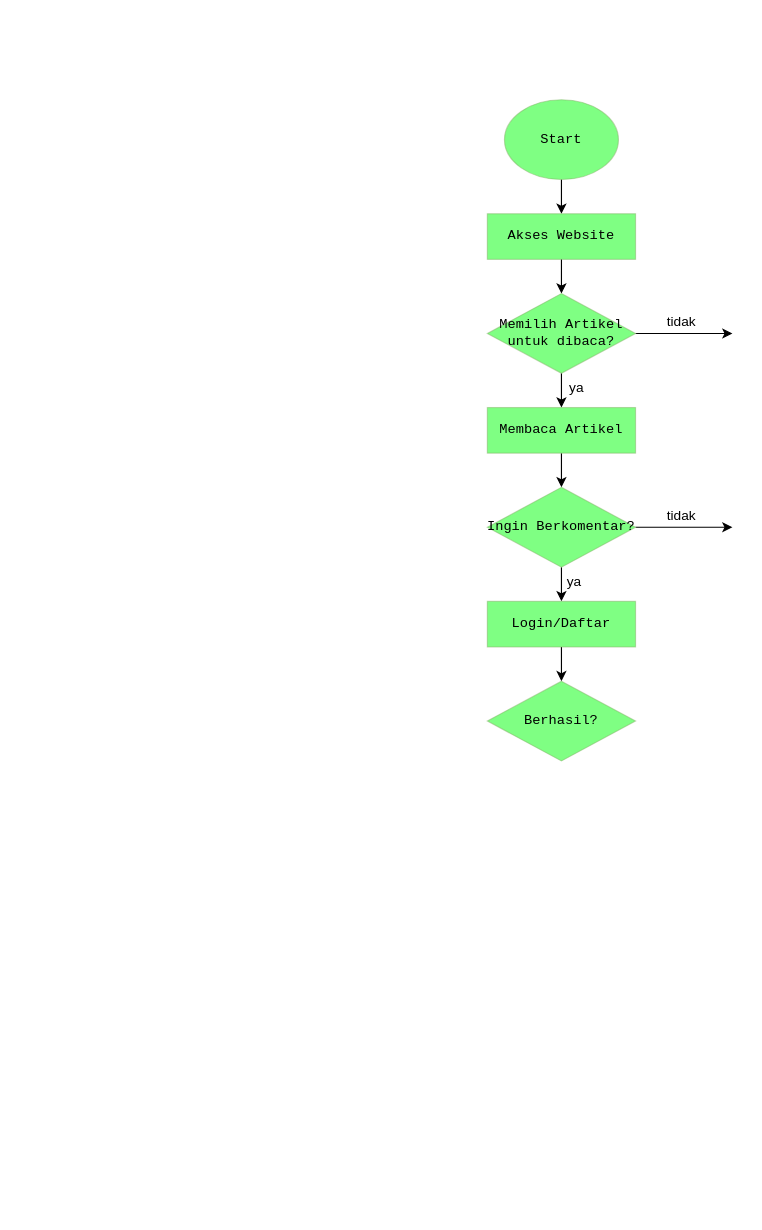
Above: Flowchart 3 Role.drawio in EnjoyUrLife69/ARTICLE (draw.io), before the change. Source tidied: cells renumbered, new cells numbered last; positions are measured from the earlier drawing's top-left corner, leaving out a move shared by most shapes. Both pictures are drawn from the tidied source at 114%, with x=0, y=0 at pixel (487, 99).
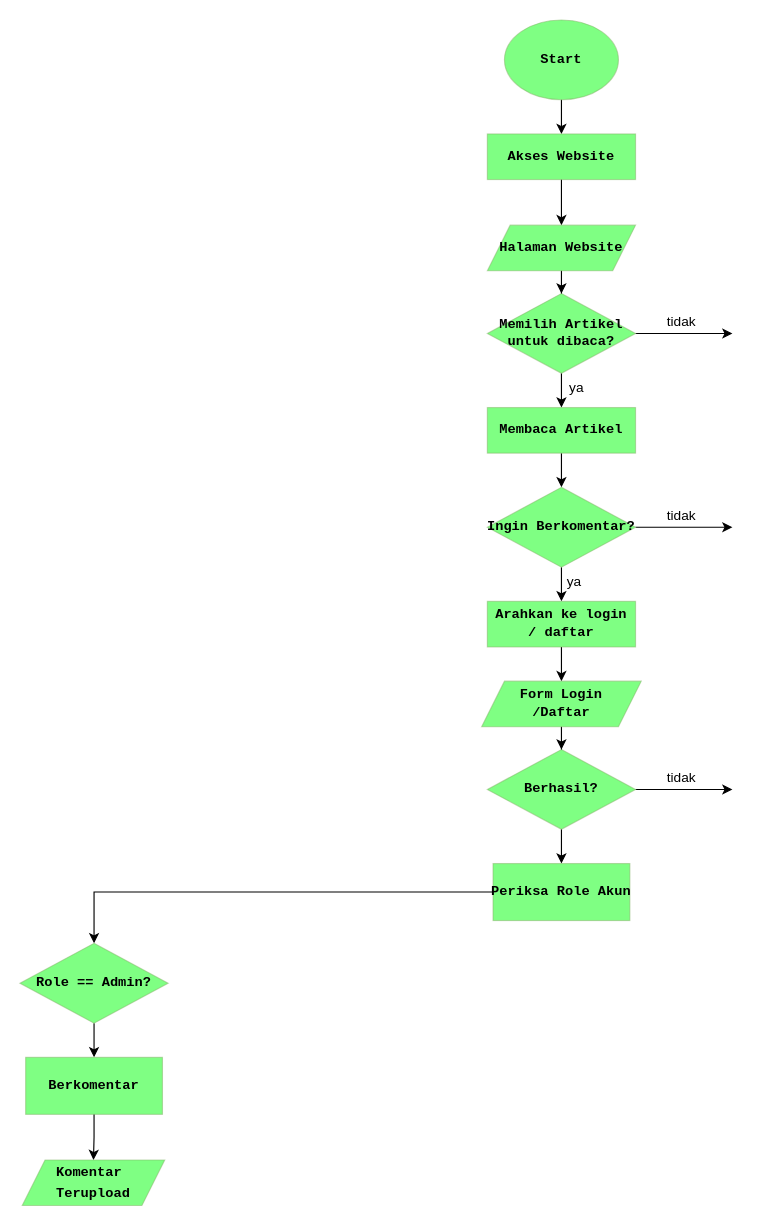
The same diagram, later.

Change to the diagram source:
```diff
@@
-    <mxCell id="3" value="&lt;pre&gt;Start&lt;/pre&gt;" style="ellipse;whiteSpace=wrap;html=1;strokeWidth=1;opacity=50;strokeColor=#82b366;fillColor=#00FF09;" parent="1" vertex="1">
-      <mxGeometry x="15" width="100" height="70" as="geometry" />
+    <mxCell id="3" value="&lt;pre&gt;&lt;b&gt;Start&lt;/b&gt;&lt;/pre&gt;" style="ellipse;whiteSpace=wrap;html=1;strokeWidth=1;opacity=50;strokeColor=#82b366;fillColor=#00FF09;" parent="1" vertex="1">
+      <mxGeometry x="15" y="-70" width="100" height="70" as="geometry" />
     </mxCell>
-    <mxCell id="4" style="edgeStyle=orthogonalEdgeStyle;rounded=0;jettySize=auto;html=1;" parent="1" edge="1" source="5" target="8">
-      <mxGeometry relative="1" as="geometry" />
-    </mxCell>
+    <mxCell id="21" style="edgeStyle=orthogonalEdgeStyle;rounded=0;jettySize=auto;html=1;" parent="1" edge="1" source="5" target="33">
+      <mxGeometry relative="1" as="geometry" />
+    </mxCell>
-    <mxCell id="5" value="&lt;pre&gt;Akses Website&lt;/pre&gt;" style="whiteSpace=wrap;html=1;strokeWidth=1;opacity=50;strokeColor=#82b366;fillColor=#00FF09;" parent="1" vertex="1">
-      <mxGeometry y="100" width="130" height="40" as="geometry" />
+    <mxCell id="5" value="&lt;pre&gt;&lt;b&gt;Akses Website&lt;/b&gt;&lt;/pre&gt;" style="whiteSpace=wrap;html=1;strokeWidth=1;opacity=50;strokeColor=#82b366;fillColor=#00FF09;" parent="1" vertex="1">
+      <mxGeometry y="30" width="130" height="40" as="geometry" />
     </mxCell>
@@
-    <mxCell id="8" value="&lt;pre&gt;Memilih Artikel&lt;br&gt;untuk dibaca?&lt;/pre&gt;" style="rhombus;whiteSpace=wrap;html=1;strokeWidth=1;opacity=50;strokeColor=#82b366;fillColor=#00FF09;" parent="1" vertex="1">
+    <mxCell id="8" value="&lt;pre&gt;&lt;b&gt;Memilih Artikel&lt;br&gt;untuk dibaca?&lt;/b&gt;&lt;/pre&gt;" style="rhombus;whiteSpace=wrap;html=1;strokeWidth=1;opacity=50;strokeColor=#82b366;fillColor=#00FF09;" parent="1" vertex="1">
       <mxGeometry y="170" width="130" height="70" as="geometry" />
     </mxCell>
@@
-    <mxCell id="10" value="&lt;pre&gt;Membaca Artikel&lt;/pre&gt;" style="whiteSpace=wrap;html=1;strokeWidth=1;opacity=50;strokeColor=#82b366;fillColor=#00FF09;" parent="1" vertex="1">
+    <mxCell id="10" value="&lt;pre&gt;&lt;b&gt;Membaca Artikel&lt;/b&gt;&lt;/pre&gt;" style="whiteSpace=wrap;html=1;strokeWidth=1;opacity=50;strokeColor=#82b366;fillColor=#00FF09;" parent="1" vertex="1">
       <mxGeometry y="270" width="130" height="40" as="geometry" />
     </mxCell>
@@
-    <mxCell id="15" value="&lt;pre&gt;Ingin Berkomentar?&lt;br&gt;&lt;/pre&gt;" style="rhombus;whiteSpace=wrap;html=1;strokeWidth=1;opacity=50;strokeColor=#82b366;fillColor=#00FF09;" parent="1" vertex="1">
+    <mxCell id="15" value="&lt;pre&gt;&lt;b&gt;Ingin Berkomentar?&lt;/b&gt;&lt;br&gt;&lt;/pre&gt;" style="rhombus;whiteSpace=wrap;html=1;strokeWidth=1;opacity=50;strokeColor=#82b366;fillColor=#00FF09;" parent="1" vertex="1">
       <mxGeometry y="340" width="130" height="70" as="geometry" />
     </mxCell>
@@
-    <mxCell id="18" style="edgeStyle=orthogonalEdgeStyle;rounded=0;jettySize=auto;html=1;" parent="1" edge="1" source="19" target="20">
-      <mxGeometry relative="1" as="geometry" />
-    </mxCell>
+    <mxCell id="22" style="edgeStyle=orthogonalEdgeStyle;rounded=0;jettySize=auto;html=1;" parent="1" edge="1" source="19" target="31">
+      <mxGeometry relative="1" as="geometry" />
+    </mxCell>
-    <mxCell id="19" value="&lt;pre&gt;Login/Daftar&lt;/pre&gt;" style="whiteSpace=wrap;html=1;strokeWidth=1;opacity=50;strokeColor=#82b366;fillColor=#00FF09;" parent="1" vertex="1">
+    <mxCell id="19" value="&lt;pre style=&quot;line-height: 30%;&quot;&gt;&lt;b&gt;Arahkan ke login&lt;/b&gt;&lt;/pre&gt;&lt;pre style=&quot;line-height: 30%;&quot;&gt;&lt;b&gt;/ daftar&lt;/b&gt;&lt;/pre&gt;" style="whiteSpace=wrap;html=1;strokeWidth=1;opacity=50;strokeColor=#82b366;fillColor=#00FF09;" parent="1" vertex="1">
       <mxGeometry y="440" width="130" height="40" as="geometry" />
     </mxCell>
+    <mxCell id="23" style="edgeStyle=orthogonalEdgeStyle;rounded=0;jettySize=auto;html=1;" parent="1" edge="1" source="20" target="26">
+      <mxGeometry relative="1" as="geometry" />
+    </mxCell>
+    <mxCell id="24" style="edgeStyle=orthogonalEdgeStyle;rounded=0;jettySize=auto;html=1;" parent="1" edge="1" source="20">
+      <mxGeometry relative="1" as="geometry">
+        <mxPoint x="215" y="605" as="targetPoint" />
+      </mxGeometry>
+    </mxCell>
-    <mxCell id="20" value="&lt;pre&gt;Berhasil?&lt;br&gt;&lt;/pre&gt;" style="rhombus;whiteSpace=wrap;html=1;strokeWidth=1;opacity=50;strokeColor=#82b366;fillColor=#00FF09;" parent="1" vertex="1">
-      <mxGeometry y="510" width="130" height="70" as="geometry" />
+    <mxCell id="20" value="&lt;pre&gt;&lt;b&gt;Berhasil?&lt;/b&gt;&lt;br&gt;&lt;/pre&gt;" style="rhombus;whiteSpace=wrap;html=1;strokeWidth=1;opacity=50;strokeColor=#82b366;fillColor=#00FF09;" parent="1" vertex="1">
+      <mxGeometry y="570" width="130" height="70" as="geometry" />
     </mxCell>
+    <mxCell id="25" style="edgeStyle=orthogonalEdgeStyle;rounded=0;jettySize=auto;html=1;entryX=0.5;entryY=0;entryDx=0;entryDy=0;" parent="1" edge="1" source="26" target="28">
+      <mxGeometry relative="1" as="geometry" />
+    </mxCell>
+    <mxCell id="26" value="&lt;pre&gt;&lt;b&gt;Periksa Role Akun&lt;/b&gt;&lt;/pre&gt;" style="whiteSpace=wrap;html=1;fillColor=#00FF09;strokeColor=#82b366;strokeWidth=1;opacity=50;" parent="1" vertex="1">
+      <mxGeometry x="5" y="670" width="120" height="50" as="geometry" />
+    </mxCell>
+    <mxCell id="27" style="edgeStyle=orthogonalEdgeStyle;rounded=0;jettySize=auto;html=1;entryX=0.5;entryY=0;entryDx=0;entryDy=0;" parent="1" edge="1" source="28" target="35">
+      <mxGeometry relative="1" as="geometry" />
+    </mxCell>
+    <mxCell id="28" value="&lt;pre&gt;&lt;b&gt;Role == Admin?&lt;/b&gt;&lt;br&gt;&lt;/pre&gt;" style="rhombus;whiteSpace=wrap;html=1;strokeWidth=1;opacity=50;strokeColor=#82b366;fillColor=#00FF09;" parent="1" vertex="1">
+      <mxGeometry x="-410" y="740" width="130" height="70" as="geometry" />
+    </mxCell>
+    <mxCell id="29" value="t&lt;span style=&quot;background-color: transparent; color: light-dark(rgb(0, 0, 0), rgb(255, 255, 255));&quot;&gt;idak&lt;/span&gt;" style="text;html=1;align=center;verticalAlign=middle;strokeColor=none;fillColor=none;" parent="1" vertex="1">
+      <mxGeometry x="145" y="580" width="50" height="30" as="geometry" />
+    </mxCell>
+    <mxCell id="30" style="edgeStyle=orthogonalEdgeStyle;rounded=0;jettySize=auto;html=1;" parent="1" edge="1" source="31" target="20">
+      <mxGeometry relative="1" as="geometry" />
+    </mxCell>
+    <mxCell id="31" value="&lt;pre style=&quot;line-height: 30%;&quot;&gt;&lt;b&gt;Form Login&lt;/b&gt;&lt;/pre&gt;&lt;pre style=&quot;line-height: 30%;&quot;&gt;&lt;b&gt;/Daftar&lt;/b&gt;&lt;/pre&gt;" style="shape=parallelogram;perimeter=parallelogramPerimeter;whiteSpace=wrap;html=1;fixedSize=1;fillColor=#00FF09;strokeColor=#82b366;strokeWidth=1;opacity=50;" parent="1" vertex="1">
+      <mxGeometry x="-5" y="510" width="140" height="40" as="geometry" />
+    </mxCell>
+    <mxCell id="32" style="edgeStyle=orthogonalEdgeStyle;rounded=0;jettySize=auto;html=1;entryX=0.5;entryY=0;entryDx=0;entryDy=0;" parent="1" edge="1" source="33" target="8">
+      <mxGeometry relative="1" as="geometry" />
+    </mxCell>
+    <mxCell id="33" value="&lt;pre&gt;&lt;b&gt;Halaman Website&lt;/b&gt;&lt;/pre&gt;" style="shape=parallelogram;perimeter=parallelogramPerimeter;whiteSpace=wrap;html=1;fixedSize=1;fillColor=#00FF09;strokeColor=#82b366;strokeWidth=1;opacity=50;" parent="1" vertex="1">
+      <mxGeometry y="110" width="130" height="40" as="geometry" />
+    </mxCell>
+    <mxCell id="34" style="edgeStyle=orthogonalEdgeStyle;rounded=0;jettySize=auto;html=1;" parent="1" edge="1" source="35" target="36">
+      <mxGeometry relative="1" as="geometry" />
+    </mxCell>
+    <mxCell id="35" value="&lt;pre&gt;&lt;b&gt;Berkomentar&lt;/b&gt;&lt;/pre&gt;" style="whiteSpace=wrap;html=1;fillColor=#00FF09;strokeColor=#82b366;strokeWidth=1;opacity=50;" parent="1" vertex="1">
+      <mxGeometry x="-405" y="840" width="120" height="50" as="geometry" />
+    </mxCell>
+    <mxCell id="36" value="&lt;pre style=&quot;line-height: 50%;&quot;&gt;&lt;b&gt;Komentar &lt;/b&gt;&lt;/pre&gt;&lt;pre style=&quot;line-height: 50%;&quot;&gt;&lt;b&gt;Terupload&lt;/b&gt;&lt;/pre&gt;" style="shape=parallelogram;perimeter=parallelogramPerimeter;whiteSpace=wrap;html=1;fixedSize=1;fillColor=#00FF09;strokeColor=#82b366;strokeWidth=1;opacity=50;" parent="1" vertex="1">
+      <mxGeometry x="-408" y="930" width="125" height="40" as="geometry" />
+    </mxCell>
```
